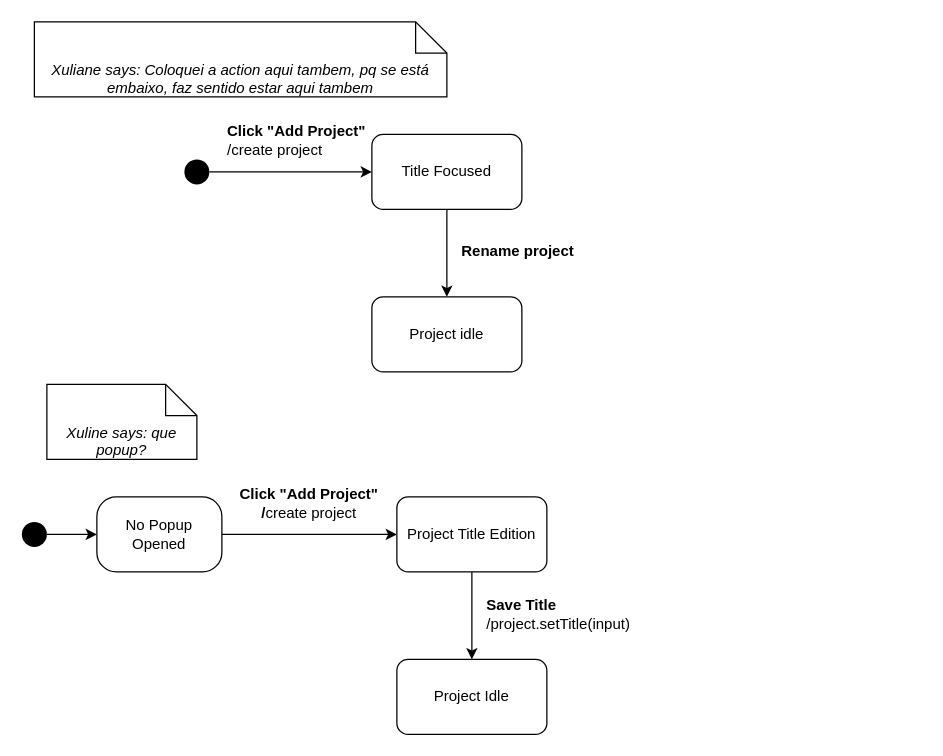
Jumaruba/jtimesched keeps this draw.io diagram as docs/04_assignment/schema/01_create_project/01_state_machine.drawio. Above is the earlier version. Source tidied: cells renumbered, new cells numbered last; positions are measured from the earlier drawing's top-left corner, leaving out a move shared by most shapes. Both pictures are drawn from the tidied source at 125%, with x=0, y=0 at pixel (21, 21).
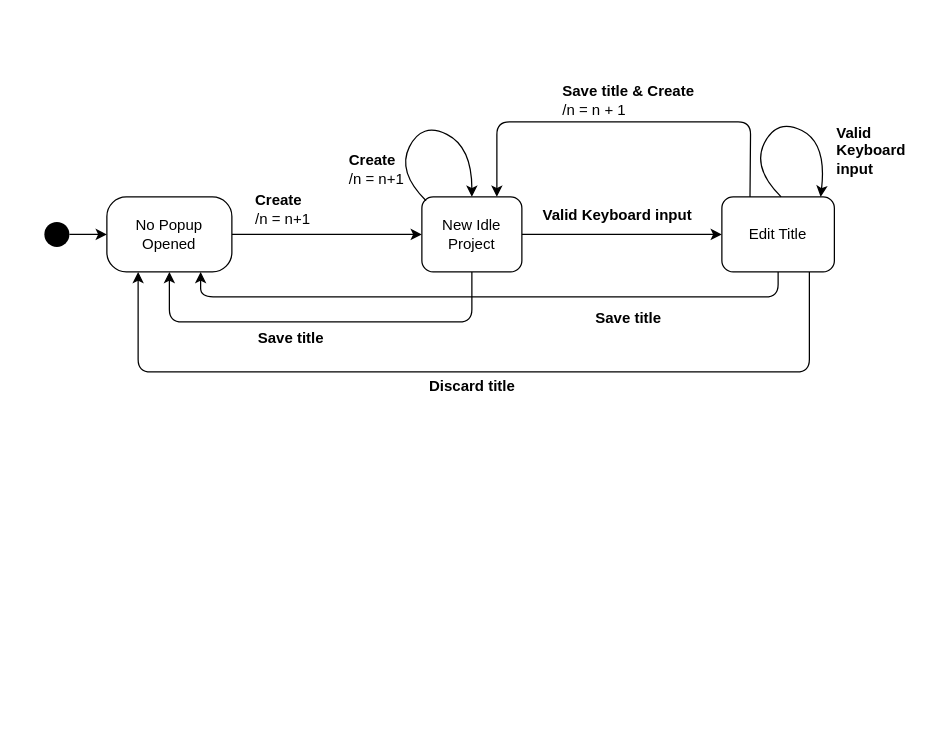
Above is the later version.

What changed in the source:
```diff
@@
-    <mxCell id="2" value="Title Focused" style="rounded=1;whiteSpace=wrap;html=1;" parent="1" vertex="1">
-      <mxGeometry x="280" y="90" width="120" height="60" as="geometry" />
-    </mxCell>
-    <mxCell id="3" style="edgeStyle=none;html=1;fontSize=12;" parent="1" edge="1" source="4" target="2">
-      <mxGeometry relative="1" as="geometry" />
-    </mxCell>
-    <mxCell id="4" style="ellipse;fillColor=#000000;strokeColor=none;" parent="1" vertex="1">
-      <mxGeometry x="130" y="110" width="20" height="20" as="geometry" />
-    </mxCell>
-    <mxCell id="5" value="&lt;div style=&quot;text-align: left&quot;&gt;&lt;b&gt;Click &quot;Add Project&quot;&lt;/b&gt;&lt;br&gt;/create project&lt;/div&gt;" style="text;html=1;strokeColor=none;fillColor=none;align=center;verticalAlign=middle;whiteSpace=wrap;rounded=0;fontSize=12;" parent="1" vertex="1">
-      <mxGeometry x="160" y="80" width="120" height="30" as="geometry" />
-    </mxCell>
-    <mxCell id="6" value="Project idle" style="rounded=1;whiteSpace=wrap;html=1;fontSize=12;" parent="1" vertex="1">
-      <mxGeometry x="280" y="220" width="120" height="60" as="geometry" />
-    </mxCell>
-    <mxCell id="7" style="edgeStyle=none;html=1;fontSize=12;" parent="1" edge="1" source="2" target="6">
-      <mxGeometry relative="1" as="geometry" />
-    </mxCell>
-    <mxCell id="8" value="&lt;b&gt;Rename project&lt;/b&gt;" style="edgeLabel;html=1;align=left;verticalAlign=middle;fontSize=12;" parent="7" vertex="1">
-      <mxGeometry x="-0.32" relative="1" as="geometry">
-        <mxPoint x="10" y="9" as="offset" />
-      </mxGeometry>
-    </mxCell>
-    <mxCell id="9" style="edgeStyle=none;html=1;exitX=1;exitY=0.5;exitDx=0;exitDy=0;" parent="1" edge="1" source="10" target="12">
-      <mxGeometry relative="1" as="geometry" />
-    </mxCell>
+    <mxCell id="20" style="edgeStyle=none;html=1;" parent="1" edge="1" source="10" target="19">
+      <mxGeometry relative="1" as="geometry" />
+    </mxCell>
+    <mxCell id="21" style="edgeStyle=none;html=1;" parent="1" edge="1" source="19" target="25">
+      <mxGeometry relative="1" as="geometry" />
+    </mxCell>
+    <mxCell id="22" style="edgeStyle=none;html=1;exitX=0.5;exitY=1;exitDx=0;exitDy=0;entryX=0.5;entryY=1;entryDx=0;entryDy=0;" parent="1" edge="1" source="19" target="10">
+      <mxGeometry relative="1" as="geometry">
+        <Array as="points">
+          <mxPoint x="360" y="240" />
+          <mxPoint x="118" y="240" />
+        </Array>
+      </mxGeometry>
+    </mxCell>
+    <mxCell id="19" value="New Idle&lt;br&gt;Project" style="rounded=1;whiteSpace=wrap;html=1;" parent="1" vertex="1">
+      <mxGeometry x="320" y="140" width="80" height="60" as="geometry" />
+    </mxCell>
+    <mxCell id="23" style="edgeStyle=none;html=1;exitX=0.5;exitY=1;exitDx=0;exitDy=0;entryX=0.75;entryY=1;entryDx=0;entryDy=0;" parent="1" edge="1" source="25" target="10">
+      <mxGeometry relative="1" as="geometry">
+        <Array as="points">
+          <mxPoint x="605" y="220" />
+          <mxPoint x="143" y="220" />
+        </Array>
+      </mxGeometry>
+    </mxCell>
+    <mxCell id="24" style="edgeStyle=none;html=1;exitX=0.25;exitY=0;exitDx=0;exitDy=0;entryX=0.75;entryY=0;entryDx=0;entryDy=0;" parent="1" edge="1" source="25" target="19">
+      <mxGeometry relative="1" as="geometry">
+        <Array as="points">
+          <mxPoint x="583" y="80" />
+          <mxPoint x="380" y="80" />
+        </Array>
+      </mxGeometry>
+    </mxCell>
+    <mxCell id="25" value="Edit Title" style="rounded=1;whiteSpace=wrap;html=1;" parent="1" vertex="1">
+      <mxGeometry x="560" y="140" width="90" height="60" as="geometry" />
+    </mxCell>
+    <mxCell id="26" value="&lt;b&gt;Create&lt;/b&gt;&lt;br&gt;/n = n+1" style="text;html=1;align=left;verticalAlign=middle;strokeColor=none;fillColor=none;" parent="1" vertex="1">
+      <mxGeometry x="185" y="135" width="60" height="30" as="geometry" />
+    </mxCell>
+    <mxCell id="27" value="&lt;b&gt;Valid Keyboard input&lt;/b&gt;" style="text;html=1;align=left;verticalAlign=middle;strokeColor=none;fillColor=none;" parent="1" vertex="1">
+      <mxGeometry x="415" y="145" width="130" height="20" as="geometry" />
+    </mxCell>
+    <mxCell id="28" value="&lt;div style=&quot;text-align: left&quot;&gt;&lt;b&gt;Save title&lt;/b&gt;&lt;/div&gt;" style="text;html=1;align=center;verticalAlign=middle;strokeColor=none;fillColor=none;" parent="1" vertex="1">
+      <mxGeometry x="450" y="227" width="70" height="20" as="geometry" />
+    </mxCell>
     <mxCell id="10" value="No Popup Opened" style="rounded=1;whiteSpace=wrap;html=1;arcSize=26;" parent="1" vertex="1">
-      <mxGeometry x="60" y="380" width="100" height="60" as="geometry" />
+      <mxGeometry x="68" y="140" width="100" height="60" as="geometry" />
     </mxCell>
-    <mxCell id="11" value="&lt;div&gt;&lt;b&gt;Click &quot;Add Project&quot;&lt;/b&gt;&lt;/div&gt;&lt;div&gt;&lt;b&gt;/&lt;/b&gt;create project&lt;/div&gt;" style="text;html=1;strokeColor=none;fillColor=none;align=center;verticalAlign=middle;whiteSpace=wrap;rounded=0;fontSize=12;" parent="1" vertex="1">
-      <mxGeometry x="170" y="370" width="120" height="30" as="geometry" />
-    </mxCell>
-    <mxCell id="12" value="Project Title Edition" style="rounded=1;whiteSpace=wrap;html=1;" parent="1" vertex="1">
-      <mxGeometry x="300" y="380" width="120" height="60" as="geometry" />
-    </mxCell>
-    <mxCell id="13" style="edgeStyle=none;html=1;fontSize=12;entryX=0;entryY=0.5;entryDx=0;entryDy=0;" parent="1" edge="1" source="14" target="10">
-      <mxGeometry relative="1" as="geometry" />
-    </mxCell>
-    <mxCell id="14" style="ellipse;fillColor=#000000;strokeColor=none;" parent="1" vertex="1">
-      <mxGeometry y="400" width="20" height="20" as="geometry" />
-    </mxCell>
-    <mxCell id="15" value="Project Idle" style="rounded=1;whiteSpace=wrap;html=1;fontSize=12;" parent="1" vertex="1">
-      <mxGeometry x="300" y="510" width="120" height="60" as="geometry" />
-    </mxCell>
-    <mxCell id="16" style="edgeStyle=none;html=1;fontSize=12;" parent="1" edge="1" source="12">
-      <mxGeometry relative="1" as="geometry">
-        <mxPoint x="360" y="510" as="targetPoint" />
-      </mxGeometry>
-    </mxCell>
-    <mxCell id="17" value="&lt;b&gt;Save Title&lt;/b&gt;&lt;br&gt;/project.setTitle(input)" style="edgeLabel;html=1;align=left;verticalAlign=middle;fontSize=12;labelBackgroundColor=none;" parent="16" vertex="1">
-      <mxGeometry x="-0.32" relative="1" as="geometry">
-        <mxPoint x="10" y="9" as="offset" />
-      </mxGeometry>
-    </mxCell>
-    <mxCell id="18" value="&lt;i&gt;Xuline says: que popup?&lt;/i&gt;" style="shape=note2;boundedLbl=1;whiteSpace=wrap;html=1;size=25;verticalAlign=top;align=center;" parent="1" vertex="1">
-      <mxGeometry x="20" y="290" width="120" height="60" as="geometry" />
-    </mxCell>
-    <mxCell id="19" value="&lt;i&gt;Xuliane says: Coloquei a action aqui tambem, pq se está embaixo, faz sentido estar aqui tambem&lt;/i&gt;" style="shape=note2;boundedLbl=1;whiteSpace=wrap;html=1;size=25;verticalAlign=top;align=center;" parent="1" vertex="1">
-      <mxGeometry x="10" width="330" height="60" as="geometry" />
-    </mxCell>
+    <mxCell id="29" style="edgeStyle=none;html=1;exitX=1;exitY=0.5;exitDx=0;exitDy=0;entryX=0;entryY=0.5;entryDx=0;entryDy=0;" parent="1" edge="1" source="30" target="10">
+      <mxGeometry relative="1" as="geometry" />
+    </mxCell>
+    <mxCell id="30" style="ellipse;fillColor=#000000;strokeColor=none;" parent="1" vertex="1">
+      <mxGeometry x="18" y="160" width="20" height="20" as="geometry" />
+    </mxCell>
+    <mxCell id="31" style="curved=1;endArrow=classic;html=1;exitX=0.042;exitY=0.051;exitDx=0;exitDy=0;entryX=0.5;entryY=0;entryDx=0;entryDy=0;exitPerimeter=0;" parent="1" edge="1" source="19" target="19">
+      <mxGeometry relative="1" as="geometry">
+        <Array as="points">
+          <mxPoint x="300" y="120" />
+          <mxPoint x="320" y="80" />
+          <mxPoint x="360" y="100" />
+        </Array>
+      </mxGeometry>
+    </mxCell>
+    <mxCell id="32" value="&lt;b&gt;Create&lt;/b&gt;&lt;br&gt;&lt;div&gt;&lt;span&gt;/n = n+1&amp;nbsp;&lt;/span&gt;&lt;/div&gt;" style="text;html=1;align=left;verticalAlign=middle;strokeColor=none;fillColor=none;" parent="1" vertex="1">
+      <mxGeometry x="260" y="103" width="60" height="30" as="geometry" />
+    </mxCell>
+    <mxCell id="33" value="&lt;div style=&quot;text-align: left&quot;&gt;&lt;b&gt;Save title&lt;/b&gt;&lt;/div&gt;" style="text;html=1;align=center;verticalAlign=middle;strokeColor=none;fillColor=none;" parent="1" vertex="1">
+      <mxGeometry x="180" y="243" width="70" height="20" as="geometry" />
+    </mxCell>
+    <mxCell id="34" style="curved=1;endArrow=classic;html=1;exitX=0.042;exitY=0.051;exitDx=0;exitDy=0;entryX=0.5;entryY=0;entryDx=0;entryDy=0;exitPerimeter=0;" parent="1" edge="1">
+      <mxGeometry relative="1" as="geometry">
+        <mxPoint x="607.4" y="140" as="sourcePoint" />
+        <mxPoint x="639" y="140" as="targetPoint" />
+        <Array as="points">
+          <mxPoint x="584" y="116.9" />
+          <mxPoint x="604" y="76.9" />
+          <mxPoint x="644" y="96.9" />
+        </Array>
+      </mxGeometry>
+    </mxCell>
+    <mxCell id="35" value="&lt;b&gt;Valid &lt;br&gt;Keyboard &lt;br&gt;input&lt;/b&gt;&lt;br&gt;&lt;div&gt;&lt;br&gt;&lt;/div&gt;" style="text;html=1;align=left;verticalAlign=middle;strokeColor=none;fillColor=none;" parent="1" vertex="1">
+      <mxGeometry x="650" y="80" width="70" height="60" as="geometry" />
+    </mxCell>
+    <mxCell id="36" value="&lt;div style=&quot;text-align: left&quot;&gt;&lt;b&gt;Save title &amp;amp; Create&lt;/b&gt;&lt;/div&gt;&lt;span&gt;&lt;div style=&quot;text-align: left&quot;&gt;&lt;span&gt;/n = n + 1&lt;/span&gt;&lt;span&gt;&lt;br&gt;&lt;/span&gt;&lt;/div&gt;&lt;/span&gt;" style="text;html=1;align=center;verticalAlign=middle;strokeColor=none;fillColor=none;" parent="1" vertex="1">
+      <mxGeometry x="425" y="48" width="120" height="30" as="geometry" />
+    </mxCell>
+    <mxCell id="37" style="edgeStyle=none;html=1;entryX=0.25;entryY=1;entryDx=0;entryDy=0;" parent="1" edge="1" target="10">
+      <mxGeometry relative="1" as="geometry">
+        <mxPoint x="630" y="200" as="sourcePoint" />
+        <Array as="points">
+          <mxPoint x="630" y="280" />
+          <mxPoint x="370" y="280" />
+          <mxPoint x="93" y="280" />
+        </Array>
+      </mxGeometry>
+    </mxCell>
+    <mxCell id="38" value="&lt;div style=&quot;text-align: left&quot;&gt;&lt;b&gt;Discard title&lt;/b&gt;&lt;/div&gt;" style="text;html=1;align=center;verticalAlign=middle;strokeColor=none;fillColor=none;" parent="1" vertex="1">
+      <mxGeometry x="320" y="282" width="80" height="20" as="geometry" />
+    </mxCell>
```
